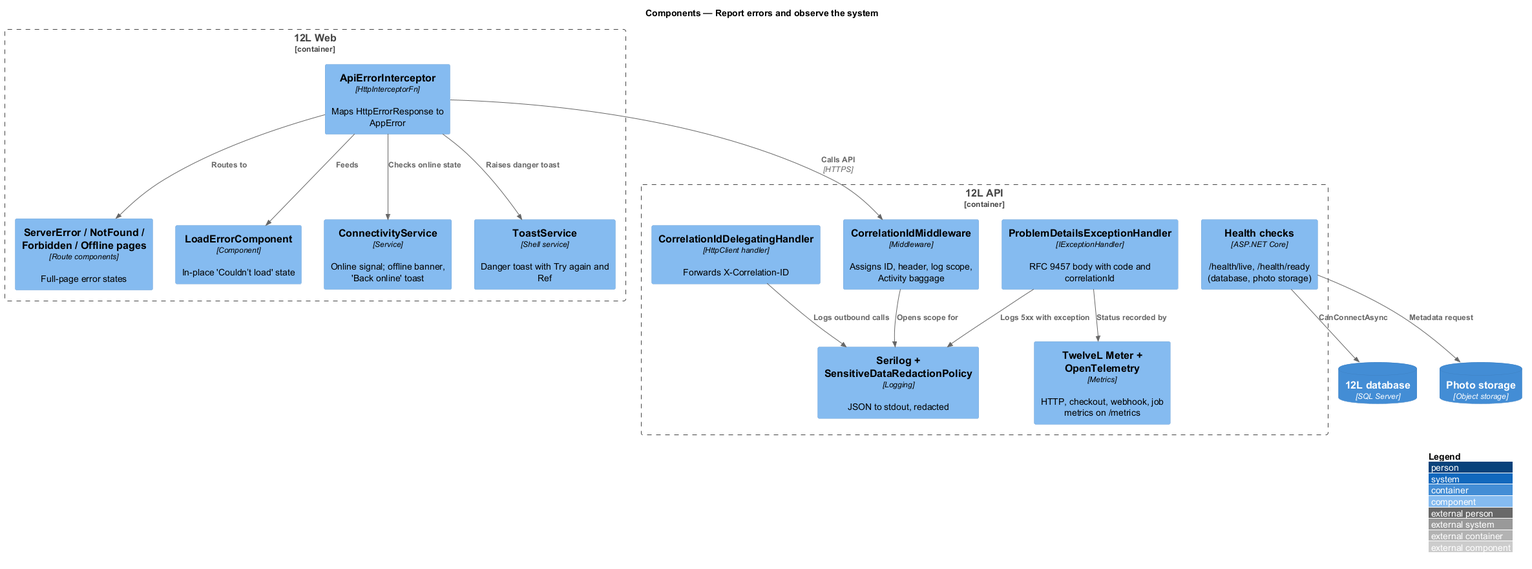
This is docs/detailed-designs/platform/report-errors-and-observe/diagrams/c4-component.png from QuinntyneBrown/sycapooke, a PlantUML export, as it was before one commit.
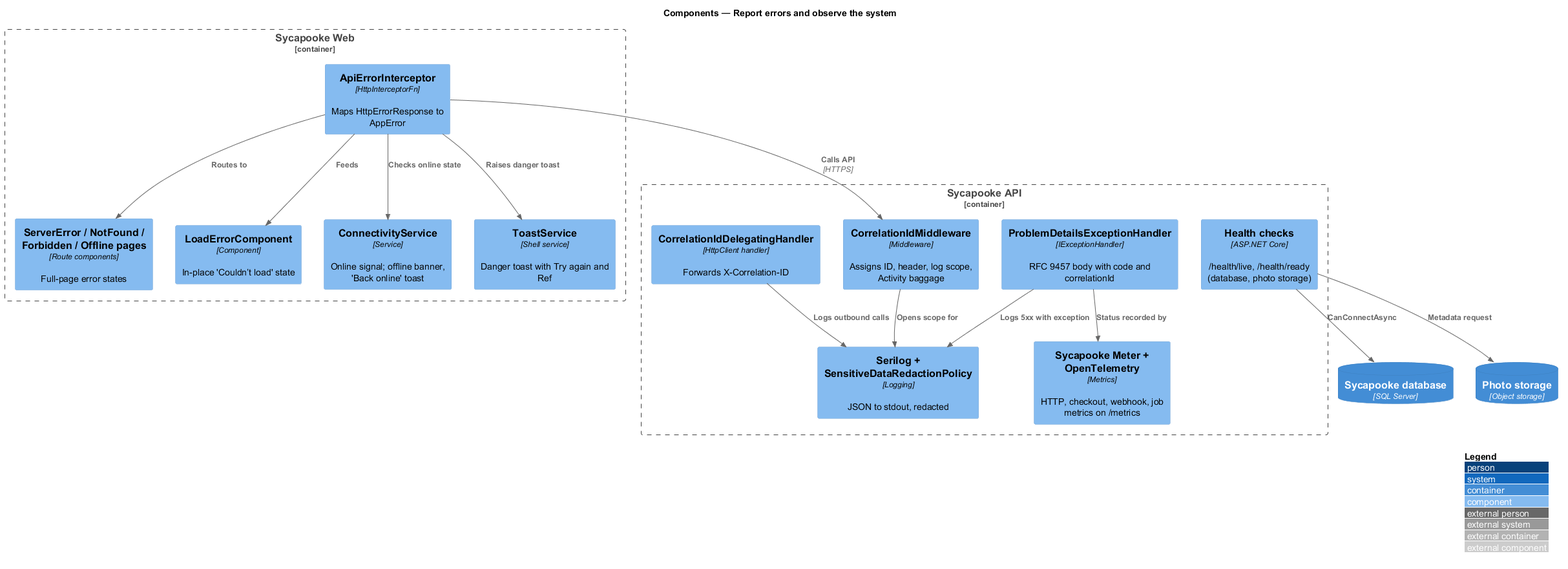
The same diagram one commit later.

The edit, as a diff of the source:
```diff
@@ -3,22 +3,22 @@
 LAYOUT_WITH_LEGEND()
 title Components — Report errors and observe the system
 
-Container_Boundary(web, "12L Web") {
+Container_Boundary(web, "Sycapooke Web") {
   Component(interceptor, "ApiErrorInterceptor", "HttpInterceptorFn", "Maps HttpErrorResponse to AppError")
   Component(pages, "ServerError / NotFound / Forbidden / Offline pages", "Route components", "Full-page error states")
   Component(loaderr, "LoadErrorComponent", "Component", "In-place 'Couldn’t load' state")
   Component(conn, "ConnectivityService", "Service", "Online signal; offline banner, 'Back online' toast")
   Component(toasts, "ToastService", "Shell service", "Danger toast with Try again and Ref")
 }
-Container_Boundary(api, "12L API") {
+Container_Boundary(api, "Sycapooke API") {
   Component(corr, "CorrelationIdMiddleware", "Middleware", "Assigns ID, header, log scope, Activity baggage")
   Component(pd, "ProblemDetailsExceptionHandler", "IExceptionHandler", "RFC 9457 body with code and correlationId")
   Component(log, "Serilog + SensitiveDataRedactionPolicy", "Logging", "JSON to stdout, redacted")
-  Component(meter, "TwelveL Meter + OpenTelemetry", "Metrics", "HTTP, checkout, webhook, job metrics on /metrics")
+  Component(meter, "Sycapooke Meter + OpenTelemetry", "Metrics", "HTTP, checkout, webhook, job metrics on /metrics")
   Component(health, "Health checks", "ASP.NET Core", "/health/live, /health/ready (database, photo storage)")
   Component(handler, "CorrelationIdDelegatingHandler", "HttpClient handler", "Forwards X-Correlation-ID")
 }
-ContainerDb(db, "12L database", "SQL Server", "")
+ContainerDb(db, "Sycapooke database", "SQL Server", "")
 ContainerDb(photos, "Photo storage", "Object storage", "")
 
 Rel(interceptor, pages, "Routes to")
```
